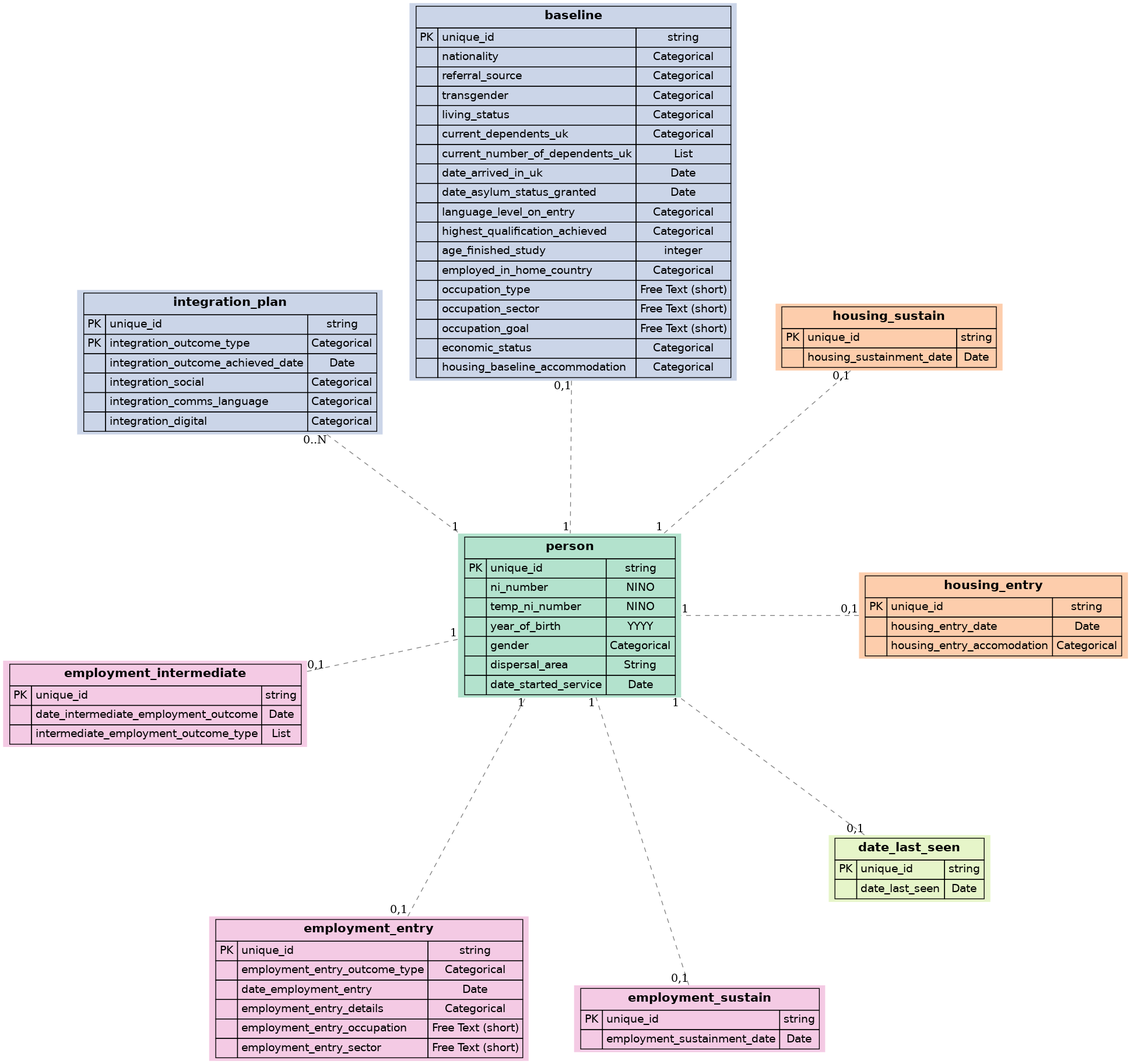
Before: assets/spec/record-relationships.png, a diagram exported from Graphviz (SocialFinanceDigitalLabs/RTOF-specification). Its source is kept beside it as assets/spec/record-relationships.dot.
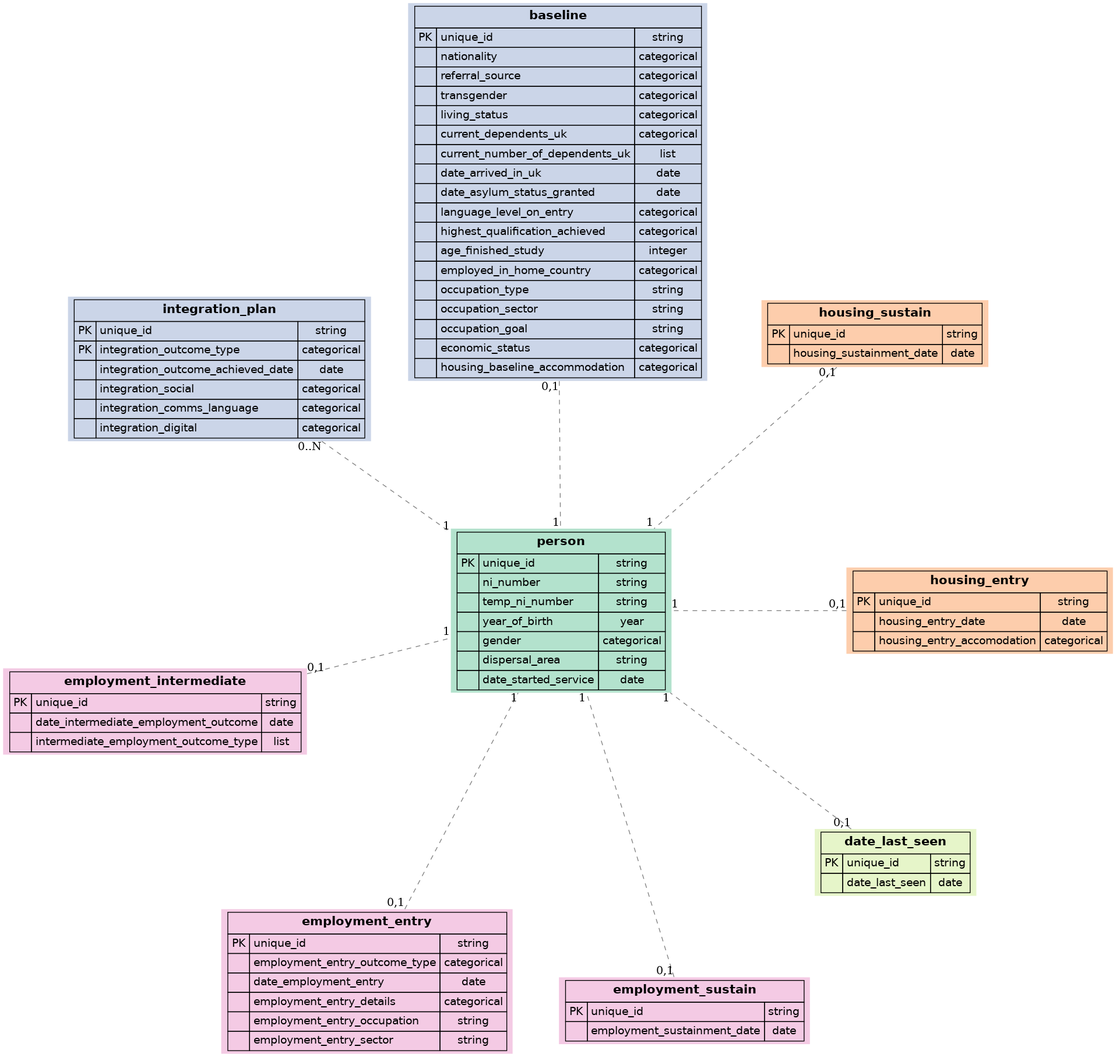
The same diagram one commit later.

Diff of the diagram source:
```diff
@@ -24,32 +24,32 @@
         <TR>
             <TD></TD>
             <TD ALIGN="LEFT">ni_number</TD>
-            <TD ALIGN="CENTER">NINO</TD>
+            <TD ALIGN="CENTER">string</TD>
         </TR>
         <TR>
             <TD></TD>
             <TD ALIGN="LEFT">temp_ni_number</TD>
-            <TD ALIGN="CENTER">NINO</TD>
+            <TD ALIGN="CENTER">string</TD>
         </TR>
         <TR>
             <TD></TD>
             <TD ALIGN="LEFT">year_of_birth</TD>
-            <TD ALIGN="CENTER">YYYY</TD>
+            <TD ALIGN="CENTER">year</TD>
         </TR>
         <TR>
             <TD></TD>
             <TD ALIGN="LEFT">gender</TD>
-            <TD ALIGN="CENTER">Categorical</TD>
+            <TD ALIGN="CENTER">categorical</TD>
         </TR>
         <TR>
             <TD></TD>
             <TD ALIGN="LEFT">dispersal_area</TD>
-            <TD ALIGN="CENTER">String</TD>
+            <TD ALIGN="CENTER">string</TD>
         </TR>
         <TR>
             <TD></TD>
             <TD ALIGN="LEFT">date_started_service</TD>
-            <TD ALIGN="CENTER">Date</TD>
+            <TD ALIGN="CENTER">date</TD>
         </TR>
     </TABLE>
 </FONT>>];
@@ -69,12 +69,12 @@
         <TR>
             <TD></TD>
             <TD ALIGN="LEFT">housing_entry_date</TD>
-            <TD ALIGN="CENTER">Date</TD>
+            <TD ALIGN="CENTER">date</TD>
         </TR>
         <TR>
             <TD></TD>
             <TD ALIGN="LEFT">housing_entry_accomodation</TD>
-            <TD ALIGN="CENTER">Categorical</TD>
+            <TD ALIGN="CENTER">categorical</TD>
         </TR>
     </TABLE>
 </FONT>>];
@@ -94,7 +94,7 @@
         <TR>
             <TD></TD>
             <TD ALIGN="LEFT">housing_sustainment_date</TD>
-            <TD ALIGN="CENTER">Date</TD>
+            <TD ALIGN="CENTER">date</TD>
         </TR>
     </TABLE>
 </FONT>>];
@@ -114,52 +114,52 @@
         <TR>
             <TD></TD>
             <TD ALIGN="LEFT">nationality</TD>
-            <TD ALIGN="CENTER">Categorical</TD>
+            <TD ALIGN="CENTER">categorical</TD>
         </TR>
         <TR>
             <TD></TD>
             <TD ALIGN="LEFT">referral_source</TD>
-            <TD ALIGN="CENTER">Categorical</TD>
+            <TD ALIGN="CENTER">categorical</TD>
         </TR>
         <TR>
             <TD></TD>
             <TD ALIGN="LEFT">transgender</TD>
-            <TD ALIGN="CENTER">Categorical</TD>
+            <TD ALIGN="CENTER">categorical</TD>
         </TR>
         <TR>
             <TD></TD>
             <TD ALIGN="LEFT">living_status</TD>
-            <TD ALIGN="CENTER">Categorical</TD>
+            <TD ALIGN="CENTER">categorical</TD>
         </TR>
         <TR>
             <TD></TD>
             <TD ALIGN="LEFT">current_dependents_uk</TD>
-            <TD ALIGN="CENTER">Categorical</TD>
+            <TD ALIGN="CENTER">categorical</TD>
         </TR>
         <TR>
             <TD></TD>
             <TD ALIGN="LEFT">current_number_of_dependents_uk</TD>
-            <TD ALIGN="CENTER">List</TD>
+            <TD ALIGN="CENTER">list</TD>
         </TR>
         <TR>
             <TD></TD>
             <TD ALIGN="LEFT">date_arrived_in_uk</TD>
-            <TD ALIGN="CENTER">Date</TD>
+            <TD ALIGN="CENTER">date</TD>
         </TR>
         <TR>
             <TD></TD>
             <TD ALIGN="LEFT">date_asylum_status_granted</TD>
-            <TD ALIGN="CENTER">Date</TD>
+            <TD ALIGN="CENTER">date</TD>
         </TR>
         <TR>
             <TD></TD>
             <TD ALIGN="LEFT">language_level_on_entry</TD>
-            <TD ALIGN="CENTER">Categorical</TD>
+            <TD ALIGN="CENTER">categorical</TD>
         </TR>
         <TR>
             <TD></TD>
             <TD ALIGN="LEFT">highest_qualification_achieved</TD>
-            <TD ALIGN="CENTER">Categorical</TD>
+            <TD ALIGN="CENTER">categorical</TD>
         </TR>
         <TR>
             <TD></TD>
@@ -169,32 +169,32 @@
         <TR>
             <TD></TD>
             <TD ALIGN="LEFT">employed_in_home_country</TD>
-            <TD ALIGN="CENTER">Categorical</TD>
+            <TD ALIGN="CENTER">categorical</TD>
         </TR>
         <TR>
             <TD></TD>
             <TD ALIGN="LEFT">occupation_type</TD>
-            <TD ALIGN="CENTER">Free Text (short)</TD>
+            <TD ALIGN="CENTER">string</TD>
         </TR>
         <TR>
             <TD></TD>
             <TD ALIGN="LEFT">occupation_sector</TD>
-            <TD ALIGN="CENTER">Free Text (short)</TD>
+            <TD ALIGN="CENTER">string</TD>
         </TR>
         <TR>
             <TD></TD>
             <TD ALIGN="LEFT">occupation_goal</TD>
-            <TD ALIGN="CENTER">Free Text (short)</TD>
+            <TD ALIGN="CENTER">string</TD>
         </TR>
         <TR>
             <TD></TD>
             <TD ALIGN="LEFT">economic_status</TD>
-            <TD ALIGN="CENTER">Categorical</TD>
+            <TD ALIGN="CENTER">categorical</TD>
         </TR>
         <TR>
             <TD></TD>
             <TD ALIGN="LEFT">housing_baseline_accommodation</TD>
-            <TD ALIGN="CENTER">Categorical</TD>
+            <TD ALIGN="CENTER">categorical</TD>
         </TR>
     </TABLE>
 </FONT>>];
@@ -214,27 +214,27 @@
         <TR>
             <TD>PK</TD>
             <TD ALIGN="LEFT">integration_outcome_type</TD>
-            <TD ALIGN="CENTER">Categorical</TD>
+            <TD ALIGN="CENTER">categorical</TD>
         </TR>
         <TR>
             <TD></TD>
             <TD ALIGN="LEFT">integration_outcome_achieved_date</TD>
-            <TD ALIGN="CENTER">Date</TD>
+            <TD ALIGN="CENTER">date</TD>
         </TR>
         <TR>
             <TD></TD>
             <TD ALIGN="LEFT">integration_social</TD>
-            <TD ALIGN="CENTER">Categorical</TD>
+            <TD ALIGN="CENTER">categorical</TD>
         </TR>
         <TR>
             <TD></TD>
             <TD ALIGN="LEFT">integration_comms_language</TD>
-            <TD ALIGN="CENTER">Categorical</TD>
+            <TD ALIGN="CENTER">categorical</TD>
         </TR>
         <TR>
             <TD></TD>
             <TD ALIGN="LEFT">integration_digital</TD>
-            <TD ALIGN="CENTER">Categorical</TD>
+            <TD ALIGN="CENTER">categorical</TD>
         </TR>
     </TABLE>
 </FONT>>];
@@ -254,12 +254,12 @@
         <TR>
             <TD></TD>
             <TD ALIGN="LEFT">date_intermediate_employment_outcome</TD>
-            <TD ALIGN="CENTER">Date</TD>
+            <TD ALIGN="CENTER">date</TD>
         </TR>
         <TR>
             <TD></TD>
             <TD ALIGN="LEFT">intermediate_employment_outcome_type</TD>
-            <TD ALIGN="CENTER">List</TD>
+            <TD ALIGN="CENTER">list</TD>
         </TR>
     </TABLE>
 </FONT>>];
@@ -279,27 +279,27 @@
         <TR>
             <TD></TD>
             <TD ALIGN="LEFT">employment_entry_outcome_type</TD>
-            <TD ALIGN="CENTER">Categorical</TD>
+            <TD ALIGN="CENTER">categorical</TD>
         </TR>
         <TR>
             <TD></TD>
             <TD ALIGN="LEFT">date_employment_entry</TD>
-            <TD ALIGN="CENTER">Date</TD>
+            <TD ALIGN="CENTER">date</TD>
         </TR>
         <TR>
             <TD></TD>
             <TD ALIGN="LEFT">employment_entry_details</TD>
-            <TD ALIGN="CENTER">Categorical</TD>
+            <TD ALIGN="CENTER">categorical</TD>
         </TR>
         <TR>
             <TD></TD>
             <TD ALIGN="LEFT">employment_entry_occupation</TD>
-            <TD ALIGN="CENTER">Free Text (short)</TD>
+            <TD ALIGN="CENTER">string</TD>
         </TR>
         <TR>
             <TD></TD>
             <TD ALIGN="LEFT">employment_entry_sector</TD>
-            <TD ALIGN="CENTER">Free Text (short)</TD>
+            <TD ALIGN="CENTER">string</TD>
         </TR>
     </TABLE>
 </FONT>>];
@@ -319,7 +319,7 @@
         <TR>
             <TD></TD>
             <TD ALIGN="LEFT">employment_sustainment_date</TD>
-            <TD ALIGN="CENTER">Date</TD>
+            <TD ALIGN="CENTER">date</TD>
         </TR>
     </TABLE>
 </FONT>>];
@@ -339,7 +339,7 @@
         <TR>
             <TD></TD>
             <TD ALIGN="LEFT">date_last_seen</TD>
-            <TD ALIGN="CENTER">Date</TD>
+            <TD ALIGN="CENTER">date</TD>
         </TR>
     </TABLE>
 </FONT>>];
```
